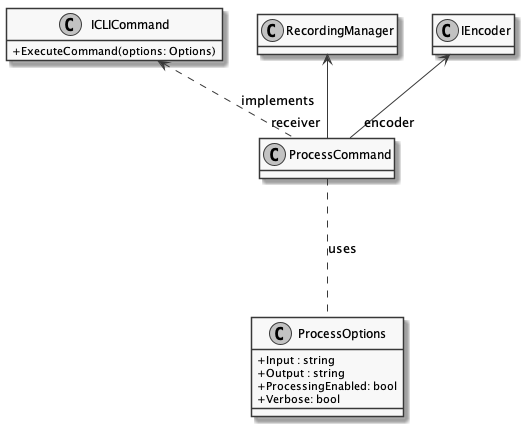
Earlier version of the PlantUML export documents/sd/resources/Classes/Core/CLI/ProcessCommand.png (insightmind/MORR).
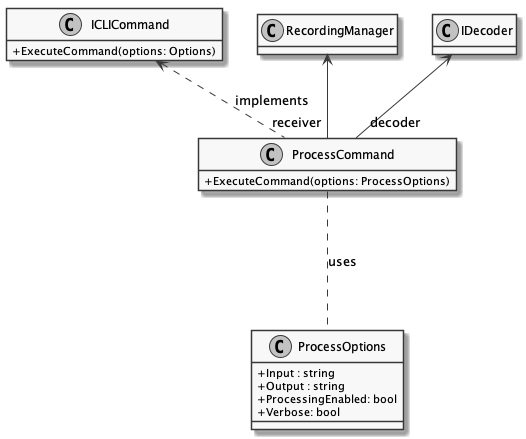
After the change.

Commit message:
Integrate ProcessCommand

The edit, as a diff of the source:
```diff
@@ -15,11 +15,11 @@
 }
 
 class ProcessCommand {
-
+    + ExecuteCommand(options: ProcessOptions)
 }
 
 ProcessCommand ... ProcessOptions : uses
 ICLICommand <.. ProcessCommand : implements
 RecordingManager <-- "receiver" ProcessCommand
-IEncoder <-- "encoder" ProcessCommand
+IDecoder <-- "decoder" ProcessCommand
 @enduml
```
